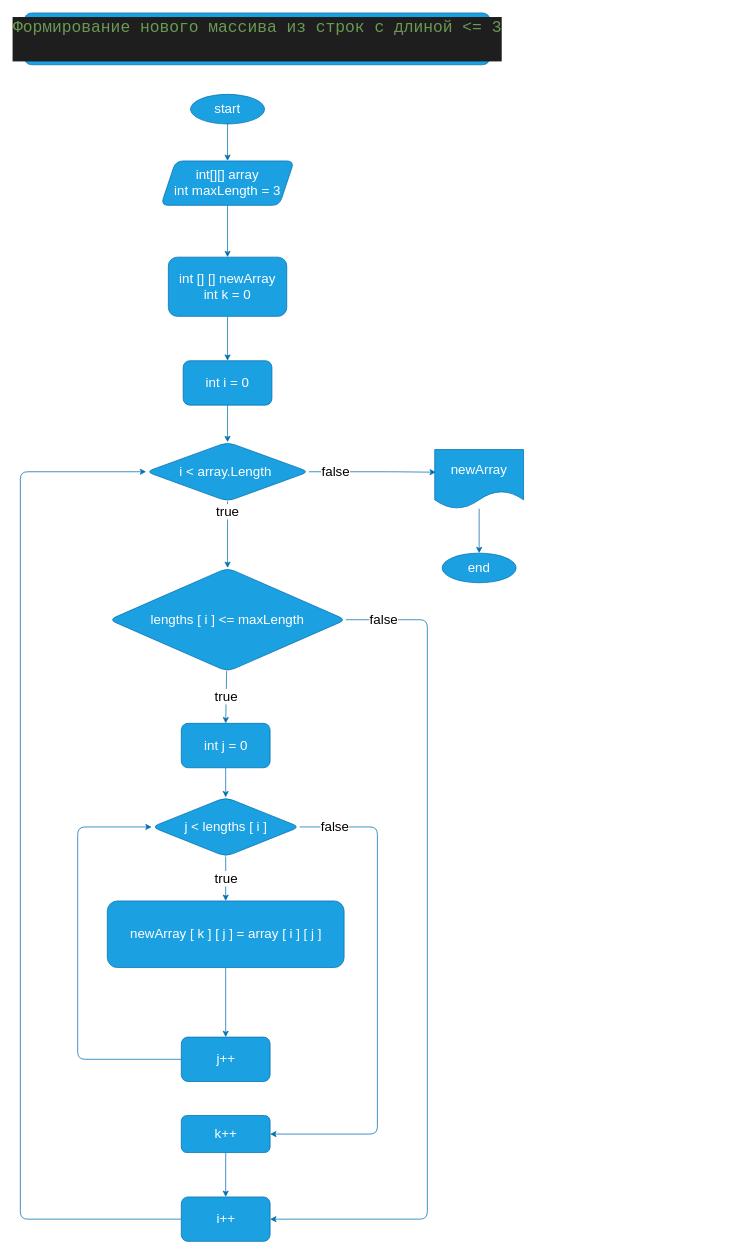
The draw.io diagram task/diagrams.drawio in viridsparkle/finaltask, before the edit. Source tidied: cells renumbered, new cells numbered last; positions are measured from the earlier drawing's top-left corner, leaving out a move shared by most shapes. Both pictures are drawn from the tidied source at 74%, with x=0, y=0 at pixel (20, 13).
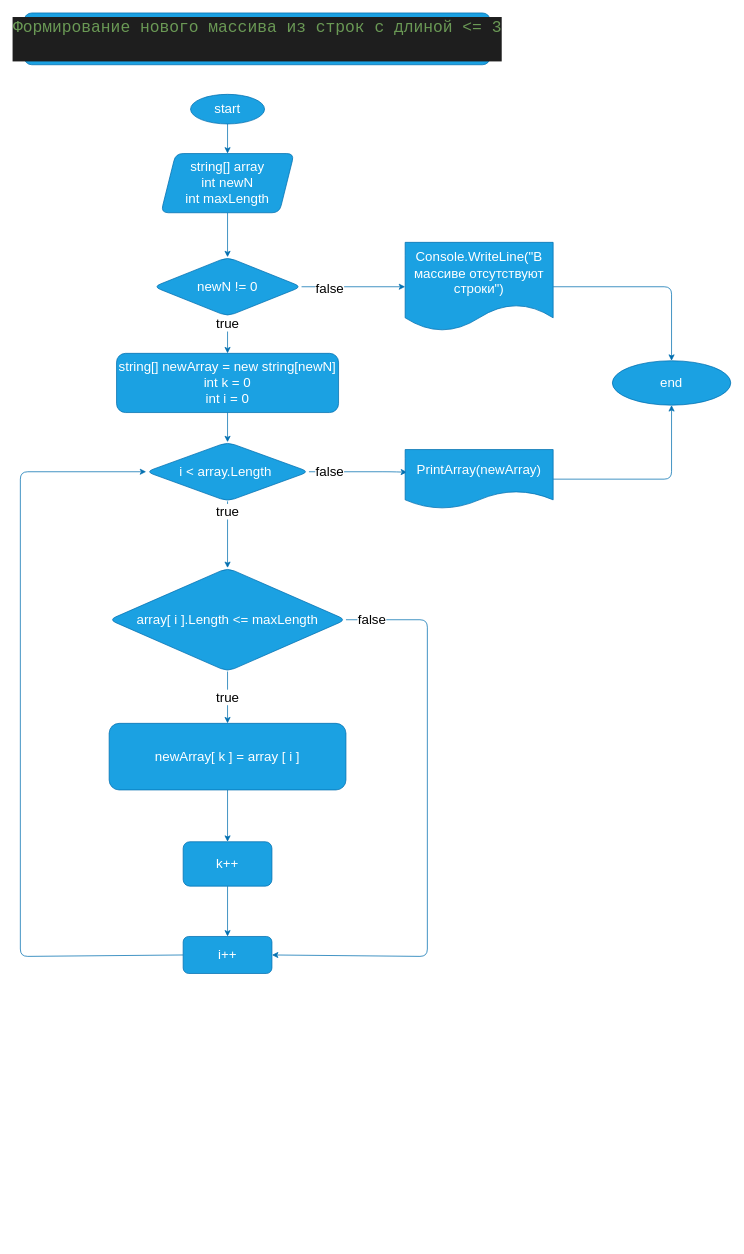
The same diagram, later.

Commit message:
Исправили блок-схему

Unchanged cells that the change refers to:
```xml
<mxCell id="8" value="&lt;span style=&quot;font-size: 18px;&quot;&gt;i &amp;lt; array.Length&amp;nbsp;&lt;/span&gt;" style="rhombus;whiteSpace=wrap;html=1;rounded=1;fillColor=#1ba1e2;fontColor=#ffffff;strokeColor=#006EAF;" parent="1" vertex="1">
  <mxGeometry x="170" y="580" width="220" height="80" as="geometry" />
</mxCell>
```

Diff of the diagram source:
```diff
@@
-    <mxCell id="5" style="edgeStyle=none;html=1;exitX=0.5;exitY=1;exitDx=0;exitDy=0;fillColor=#1ba1e2;strokeColor=#006EAF;" parent="1" edge="1" source="11" target="30">
-      <mxGeometry relative="1" as="geometry" />
-    </mxCell>
-    <mxCell id="6" style="edgeStyle=none;html=1;fillColor=#1ba1e2;strokeColor=#006EAF;" parent="1" edge="1" source="7" target="11">
-      <mxGeometry relative="1" as="geometry" />
-    </mxCell>
+    <mxCell id="33" style="edgeStyle=none;html=1;fontSize=18;fillColor=#1ba1e2;strokeColor=#006EAF;" parent="1" edge="1" source="7" target="36">
+      <mxGeometry relative="1" as="geometry" />
+    </mxCell>
-    <mxCell id="7" value="&lt;font style=&quot;font-size: 18px;&quot;&gt;int[][] array&lt;br&gt;int maxLength = 3&lt;br&gt;&lt;/font&gt;" style="shape=parallelogram;perimeter=parallelogramPerimeter;whiteSpace=wrap;html=1;fixedSize=1;rounded=1;fillColor=#1ba1e2;fontColor=#ffffff;strokeColor=#006EAF;" parent="1" vertex="1">
-      <mxGeometry x="190" y="200" width="180" height="60" as="geometry" />
+    <mxCell id="7" value="&lt;font style=&quot;font-size: 18px;&quot;&gt;string[] array&lt;br&gt;int newN&lt;br&gt;int maxLength&lt;br&gt;&lt;/font&gt;" style="shape=parallelogram;perimeter=parallelogramPerimeter;whiteSpace=wrap;html=1;fixedSize=1;rounded=1;fillColor=#1ba1e2;fontColor=#ffffff;strokeColor=#006EAF;" parent="1" vertex="1">
+      <mxGeometry x="190" y="190" width="180" height="80" as="geometry" />
     </mxCell>
@@
-    <mxCell id="10" value="&lt;font style=&quot;font-size: 18px;&quot;&gt;newArray [ k ] [ j ] = array [ i ] [ j ]&lt;/font&gt;" style="whiteSpace=wrap;html=1;rounded=1;fillColor=#1ba1e2;fontColor=#ffffff;strokeColor=#006EAF;" parent="1" vertex="1">
-      <mxGeometry x="117.5" y="1200" width="320" height="90" as="geometry" />
+    <mxCell id="10" value="&lt;font style=&quot;font-size: 18px;&quot;&gt;newArray[ k ] = array [ i ]&lt;/font&gt;" style="whiteSpace=wrap;html=1;rounded=1;fillColor=#1ba1e2;fontColor=#ffffff;strokeColor=#006EAF;" parent="1" vertex="1">
+      <mxGeometry x="120" y="960" width="320" height="90" as="geometry" />
     </mxCell>
-    <mxCell id="11" value="&lt;font style=&quot;font-size: 18px;&quot;&gt;int [] [] newArray&lt;br&gt;int k = 0&lt;br&gt;&lt;/font&gt;" style="rounded=1;whiteSpace=wrap;html=1;fillColor=#1ba1e2;fontColor=#ffffff;strokeColor=#006EAF;" parent="1" vertex="1">
-      <mxGeometry x="200" y="330" width="160" height="80" as="geometry" />
-    </mxCell>
@@
-    <mxCell id="13" value="true" style="edgeStyle=none;html=1;fontSize=18;fillColor=#1ba1e2;strokeColor=#006EAF;" parent="1" edge="1" source="15" target="10">
-      <mxGeometry relative="1" as="geometry" />
-    </mxCell>
-    <mxCell id="14" value="false" style="edgeStyle=none;html=1;exitX=1;exitY=0.5;exitDx=0;exitDy=0;fontSize=18;entryX=1;entryY=0.5;entryDx=0;entryDy=0;fillColor=#1ba1e2;strokeColor=#006EAF;" parent="1" edge="1" source="15" target="26">
-      <mxGeometry x="-0.86" relative="1" as="geometry">
-        <Array as="points">
-          <mxPoint x="482.5" y="1100" />
-          <mxPoint x="482.5" y="1470" />
-          <mxPoint x="482.5" y="1515" />
-        </Array>
-      </mxGeometry>
-    </mxCell>
-    <mxCell id="15" value="&lt;font style=&quot;font-size: 18px;&quot;&gt;j &amp;lt; lengths [ i ]&lt;/font&gt;" style="rhombus;whiteSpace=wrap;html=1;rounded=1;fillColor=#1ba1e2;fontColor=#ffffff;strokeColor=#006EAF;" parent="1" vertex="1">
-      <mxGeometry x="177.5" y="1060" width="200" height="80" as="geometry" />
-    </mxCell>
-    <mxCell id="16" style="edgeStyle=none;html=1;exitX=0;exitY=0.5;exitDx=0;exitDy=0;entryX=0;entryY=0.5;entryDx=0;entryDy=0;fontSize=18;fillColor=#1ba1e2;strokeColor=#006EAF;" parent="1" edge="1" source="17" target="15">
-      <mxGeometry relative="1" as="geometry">
-        <Array as="points">
-          <mxPoint x="77.5" y="1414" />
-          <mxPoint x="77.5" y="1100" />
-        </Array>
-      </mxGeometry>
-    </mxCell>
+    <mxCell id="34" style="edgeStyle=none;html=1;fontSize=18;fillColor=#1ba1e2;strokeColor=#006EAF;" parent="1" edge="1" source="17" target="26">
+      <mxGeometry relative="1" as="geometry" />
+    </mxCell>
-    <mxCell id="17" value="&lt;font style=&quot;font-size: 18px;&quot;&gt;j++&lt;/font&gt;" style="whiteSpace=wrap;html=1;rounded=1;fillColor=#1ba1e2;fontColor=#ffffff;strokeColor=#006EAF;" parent="1" vertex="1">
-      <mxGeometry x="217.5" y="1384" width="120" height="60" as="geometry" />
+    <mxCell id="17" value="&lt;font style=&quot;font-size: 18px;&quot;&gt;k++&lt;/font&gt;" style="whiteSpace=wrap;html=1;rounded=1;fillColor=#1ba1e2;fontColor=#ffffff;strokeColor=#006EAF;" parent="1" vertex="1">
+      <mxGeometry x="220" y="1120" width="120" height="60" as="geometry" />
     </mxCell>
-    <mxCell id="18" style="edgeStyle=none;html=1;exitX=0;exitY=0.5;exitDx=0;exitDy=0;entryX=0;entryY=0.5;entryDx=0;entryDy=0;fontSize=18;fillColor=#1ba1e2;strokeColor=#006EAF;" parent="1" edge="1" source="19" target="8">
+    <mxCell id="18" style="edgeStyle=none;html=1;exitX=0;exitY=0.5;exitDx=0;exitDy=0;entryX=0;entryY=0.5;entryDx=0;entryDy=0;fontSize=18;fillColor=#1ba1e2;strokeColor=#006EAF;" parent="1" edge="1" source="26" target="8">
       <mxGeometry relative="1" as="geometry">
         <Array as="points">
-          <mxPoint y="1630" />
+          <mxPoint y="1275" />
           <mxPoint y="620" />
         </Array>
       </mxGeometry>
     </mxCell>
-    <mxCell id="19" value="i++" style="rounded=1;whiteSpace=wrap;html=1;fontSize=18;fillColor=#1ba1e2;fontColor=#ffffff;strokeColor=#006EAF;" parent="1" vertex="1">
-      <mxGeometry x="217.5" y="1600" width="120" height="60" as="geometry" />
-    </mxCell>
@@
-    <mxCell id="21" value="true" style="edgeStyle=none;html=1;fontSize=18;entryX=0.5;entryY=0;entryDx=0;entryDy=0;fillColor=#1ba1e2;strokeColor=#006EAF;" parent="1" edge="1" source="22" target="24">
+    <mxCell id="21" value="true" style="edgeStyle=none;html=1;fontSize=18;fillColor=#1ba1e2;strokeColor=#006EAF;entryX=0.5;entryY=0;entryDx=0;entryDy=0;" parent="1" edge="1" source="22" target="10">
       <mxGeometry relative="1" as="geometry" />
     </mxCell>
-    <mxCell id="22" value="lengths [ i ] &amp;lt;= maxLength" style="rhombus;whiteSpace=wrap;html=1;fontSize=18;rounded=1;fillColor=#1ba1e2;fontColor=#ffffff;strokeColor=#006EAF;" parent="1" vertex="1">
+    <mxCell id="22" value="array[ i ].Length &amp;lt;= maxLength" style="rhombus;whiteSpace=wrap;html=1;fontSize=18;rounded=1;fillColor=#1ba1e2;fontColor=#ffffff;strokeColor=#006EAF;" parent="1" vertex="1">
       <mxGeometry x="120" y="750" width="320" height="140" as="geometry" />
     </mxCell>
-    <mxCell id="23" style="edgeStyle=none;html=1;fontSize=18;fillColor=#1ba1e2;strokeColor=#006EAF;" parent="1" edge="1" source="24" target="15">
-      <mxGeometry relative="1" as="geometry" />
-    </mxCell>
-    <mxCell id="24" value="int j = 0" style="whiteSpace=wrap;html=1;fontSize=18;rounded=1;fillColor=#1ba1e2;fontColor=#ffffff;strokeColor=#006EAF;" parent="1" vertex="1">
-      <mxGeometry x="217.5" y="960" width="120" height="60" as="geometry" />
-    </mxCell>
-    <mxCell id="25" style="edgeStyle=none;html=1;fontSize=18;fillColor=#1ba1e2;strokeColor=#006EAF;" parent="1" edge="1" source="26" target="19">
-      <mxGeometry relative="1" as="geometry" />
-    </mxCell>
-    <mxCell id="26" value="&lt;font style=&quot;font-size: 18px;&quot;&gt;k++&lt;/font&gt;" style="whiteSpace=wrap;html=1;rounded=1;fillColor=#1ba1e2;fontColor=#ffffff;strokeColor=#006EAF;" parent="1" vertex="1">
-      <mxGeometry x="217.5" y="1490" width="120" height="50" as="geometry" />
+    <mxCell id="26" value="&lt;font style=&quot;font-size: 18px;&quot;&gt;i++&lt;/font&gt;" style="whiteSpace=wrap;html=1;rounded=1;fillColor=#1ba1e2;fontColor=#ffffff;strokeColor=#006EAF;" parent="1" vertex="1">
+      <mxGeometry x="220" y="1248" width="120" height="50" as="geometry" />
     </mxCell>
-    <mxCell id="27" value="false" style="edgeStyle=none;html=1;exitX=1;exitY=0.5;exitDx=0;exitDy=0;entryX=1;entryY=0.5;entryDx=0;entryDy=0;fontSize=18;fillColor=#1ba1e2;strokeColor=#006EAF;" parent="1" edge="1" source="22" target="19">
+    <mxCell id="27" value="false" style="edgeStyle=none;html=1;exitX=1;exitY=0.5;exitDx=0;exitDy=0;entryX=1;entryY=0.5;entryDx=0;entryDy=0;fontSize=18;fillColor=#1ba1e2;strokeColor=#006EAF;" parent="1" edge="1" source="22" target="26">
       <mxGeometry x="-0.91" relative="1" as="geometry">
         <Array as="points">
           <mxPoint x="550" y="820" />
-          <mxPoint x="550" y="1630" />
+          <mxPoint x="550" y="1275" />
         </Array>
       </mxGeometry>
     </mxCell>
     <mxCell id="28" value="end" style="ellipse;whiteSpace=wrap;html=1;fontSize=18;rounded=1;fillColor=#1ba1e2;fontColor=#ffffff;strokeColor=#006EAF;" parent="1" vertex="1">
-      <mxGeometry x="570" y="730" width="100" height="40" as="geometry" />
+      <mxGeometry x="800" y="470" width="160" height="60" as="geometry" />
     </mxCell>
@@
-    <mxCell id="30" value="int i = 0" style="rounded=1;whiteSpace=wrap;html=1;fontSize=18;fillColor=#1ba1e2;fontColor=#ffffff;strokeColor=#006EAF;" parent="1" vertex="1">
-      <mxGeometry x="220" y="470" width="120" height="60" as="geometry" />
+    <mxCell id="30" value="string[] newArray = new string[newN]&lt;br&gt;int k = 0&lt;br&gt;int i = 0" style="rounded=1;whiteSpace=wrap;html=1;fontSize=18;fillColor=#1ba1e2;fontColor=#ffffff;strokeColor=#006EAF;" parent="1" vertex="1">
+      <mxGeometry x="130" y="460" width="300" height="80" as="geometry" />
     </mxCell>
-    <mxCell id="31" style="edgeStyle=none;html=1;fillColor=#1ba1e2;strokeColor=#006EAF;" parent="1" edge="1" source="32" target="28">
-      <mxGeometry relative="1" as="geometry" />
+    <mxCell id="31" style="edgeStyle=none;html=1;exitX=1;exitY=0.5;exitDx=0;exitDy=0;entryX=0.5;entryY=1;entryDx=0;entryDy=0;fontSize=18;fillColor=#1ba1e2;strokeColor=#006EAF;" parent="1" edge="1" source="32" target="28">
+      <mxGeometry relative="1" as="geometry">
+        <Array as="points">
+          <mxPoint x="880" y="630" />
+        </Array>
+      </mxGeometry>
     </mxCell>
-    <mxCell id="32" value="&lt;font style=&quot;font-size: 18px;&quot;&gt;newArray&lt;/font&gt;" style="shape=document;whiteSpace=wrap;html=1;boundedLbl=1;fillColor=#1ba1e2;fontColor=#ffffff;strokeColor=#006EAF;" parent="1" vertex="1">
-      <mxGeometry x="560" y="590" width="120" height="80" as="geometry" />
+    <mxCell id="32" value="&lt;font style=&quot;font-size: 18px;&quot;&gt;PrintArray(newArray)&lt;/font&gt;" style="shape=document;whiteSpace=wrap;html=1;boundedLbl=1;fillColor=#1ba1e2;fontColor=#ffffff;strokeColor=#006EAF;" parent="1" vertex="1">
+      <mxGeometry x="520" y="590" width="200" height="80" as="geometry" />
     </mxCell>
+    <mxCell id="13" value="true" style="edgeStyle=none;html=1;fontSize=18;fillColor=#1ba1e2;strokeColor=#006EAF;" parent="1" edge="1" source="36" target="30">
+      <mxGeometry x="-0.6" relative="1" as="geometry" />
+    </mxCell>
+    <mxCell id="35" style="edgeStyle=none;html=1;fontSize=18;fillColor=#1ba1e2;strokeColor=#006EAF;" parent="1" edge="1" source="36" target="38">
+      <mxGeometry relative="1" as="geometry" />
+    </mxCell>
+    <mxCell id="14" value="false" style="edgeLabel;html=1;align=center;verticalAlign=middle;fontSize=18;" parent="35" vertex="1">
+      <mxGeometry x="-0.47" y="-2" relative="1" as="geometry" />
+    </mxCell>
+    <mxCell id="36" value="&lt;font style=&quot;font-size: 18px;&quot;&gt;newN != 0&lt;/font&gt;" style="rhombus;whiteSpace=wrap;html=1;fillColor=#1ba1e2;strokeColor=#006EAF;fontColor=#ffffff;rounded=1;" parent="1" vertex="1">
+      <mxGeometry x="180" y="330" width="200" height="80" as="geometry" />
+    </mxCell>
+    <mxCell id="37" style="edgeStyle=none;html=1;exitX=1;exitY=0.5;exitDx=0;exitDy=0;entryX=0.5;entryY=0;entryDx=0;entryDy=0;fontSize=18;fillColor=#1ba1e2;strokeColor=#006EAF;" parent="1" edge="1" source="38" target="28">
+      <mxGeometry relative="1" as="geometry">
+        <Array as="points">
+          <mxPoint x="880" y="370" />
+        </Array>
+      </mxGeometry>
+    </mxCell>
+    <mxCell id="38" value="&lt;font style=&quot;font-size: 18px;&quot;&gt;Console.WriteLine(&quot;В массиве отсутствуют строки&quot;)&lt;/font&gt;" style="shape=document;whiteSpace=wrap;html=1;boundedLbl=1;fillColor=#1ba1e2;strokeColor=#006EAF;fontColor=#ffffff;rounded=1;" parent="1" vertex="1">
+      <mxGeometry x="520" y="310" width="200" height="120" as="geometry" />
+    </mxCell>
```
